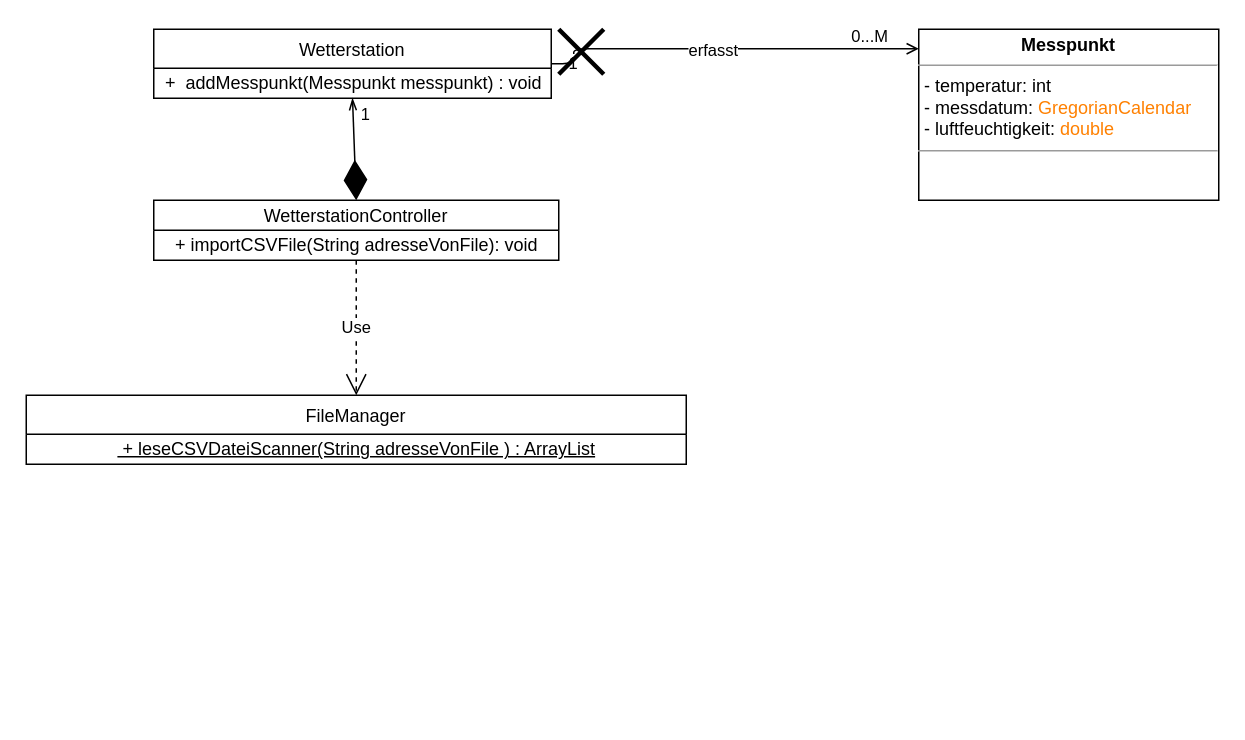
The draw.io diagram drawio/meteoNow_1-2-1.drawio in Jan-Eckerlein/meteo-now, before the edit. Source tidied: cells renumbered, new cells numbered last; positions are measured from the earlier drawing's top-left corner, leaving out a move shared by most shapes. Both pictures are drawn from the tidied source at 150%, with x=0, y=0 at pixel (26, 28).
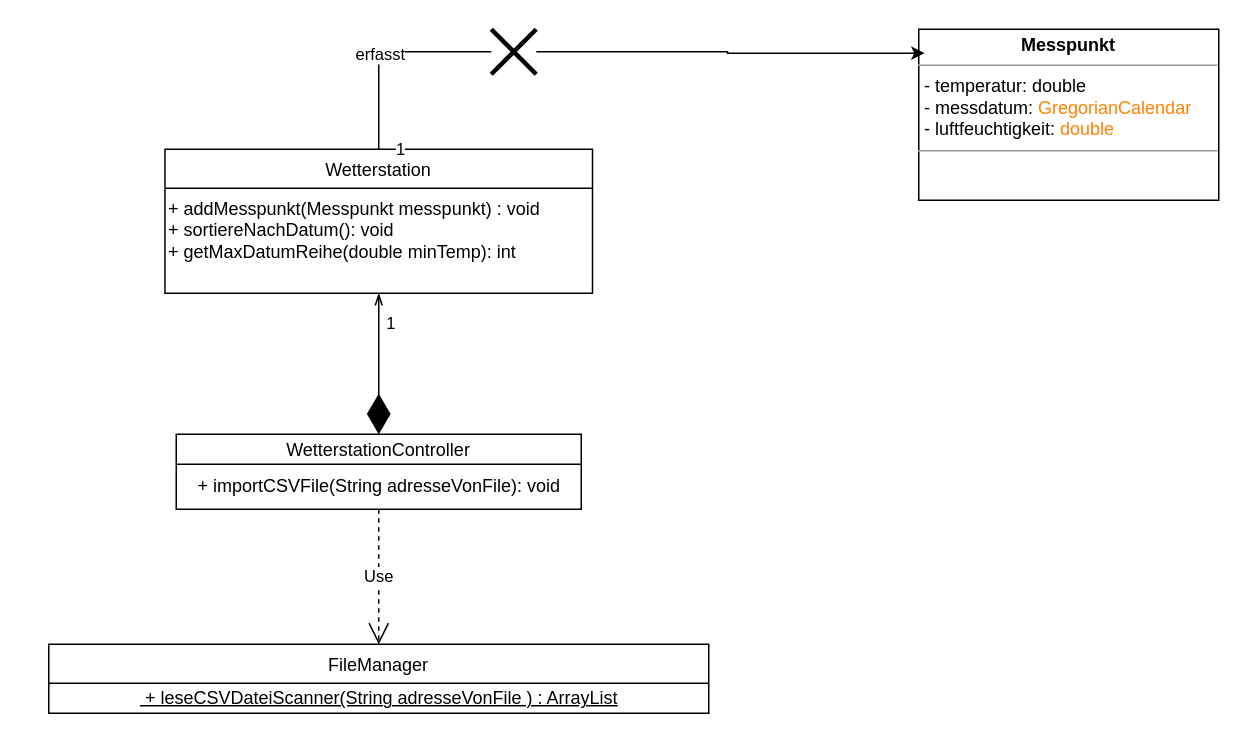
The same page after the edit.

Change to the diagram source:
```diff
@@
     <mxCell id="2" value="Wetterstation" style="swimlane;fontStyle=0;horizontal=1;startSize=26;fillColor=none;" parent="1" vertex="1">
-      <mxGeometry x="85" width="265" height="46" as="geometry" />
+      <mxGeometry x="92.5" y="80" width="285" height="96" as="geometry" />
     </mxCell>
-    <mxCell id="3" value="+&amp;nbsp;&amp;nbsp;addMesspunkt(Messpunkt messpunkt) : void" style="text;html=1;align=center;verticalAlign=middle;strokeColor=none;fillColor=none;" parent="2" vertex="1">
-      <mxGeometry y="26" width="265" height="20" as="geometry" />
+    <mxCell id="3" value="&lt;div style=&quot;--original-color: rgb(0, 0, 0); --original-background-color: rgba(0, 0, 0, 0);&quot; align=&quot;left&quot;&gt;+ addMesspunkt(Messpunkt messpunkt) : void&lt;div style=&quot;--original-color: rgb(0, 0, 0); --original-background-color: rgba(0, 0, 0, 0);&quot;&gt;+ sortiereNachDatum(): void&lt;/div&gt;+ getMaxDatumReihe(double minTemp): int&lt;/div&gt;&lt;div style=&quot;--original-color: rgb(0, 0, 0); --original-background-color: rgba(0, 0, 0, 0);&quot; align=&quot;left&quot;&gt;&lt;br style=&quot;--original-color: rgb(0, 0, 0); --original-background-color: rgba(0, 0, 0, 0);&quot;&gt;&lt;/div&gt;" style="text;html=1;align=left;verticalAlign=middle;strokeColor=none;fillColor=none;" parent="2" vertex="1">
+      <mxGeometry y="26" width="285" height="70" as="geometry" />
     </mxCell>
-    <mxCell id="4" style="endArrow=open;html=1;edgeStyle=orthogonalEdgeStyle;exitX=1;exitY=0.5;exitDx=0;exitDy=0;entryX=0;entryY=0.5;entryDx=0;entryDy=0;endFill=0;" parent="1" edge="1" source="2">
-      <mxGeometry relative="1" as="geometry">
-        <mxPoint x="595" y="13" as="targetPoint" />
-        <Array as="points">
-          <mxPoint x="365" y="23" />
-          <mxPoint x="365" y="13" />
-        </Array>
-      </mxGeometry>
-    </mxCell>
-    <mxCell id="5" value="1" style="edgeLabel;html=1;align=left;verticalAlign=bottom;" parent="4" vertex="1">
-      <mxGeometry x="-1" relative="1" as="geometry">
-        <mxPoint x="10" y="8" as="offset" />
-      </mxGeometry>
-    </mxCell>
-    <mxCell id="6" value="0...M" style="edgeLabel;html=1;align=right;verticalAlign=bottom;" parent="4" vertex="1">
-      <mxGeometry x="1" relative="1" as="geometry">
-        <mxPoint x="-20" as="offset" />
-      </mxGeometry>
-    </mxCell>
-    <mxCell id="7" value="erfasst" style="edgeLabel;html=1;align=center;verticalAlign=middle;" parent="4" vertex="1">
-      <mxGeometry x="-0.08" relative="1" as="geometry" />
-    </mxCell>
     <mxCell id="8" value="WetterstationController" style="swimlane;fontStyle=0;horizontal=1;startSize=20;fillColor=none;" parent="1" vertex="1">
-      <mxGeometry x="85" y="114" width="270" height="40" as="geometry" />
+      <mxGeometry x="100" y="270" width="270" height="50" as="geometry" />
     </mxCell>
-    <mxCell id="9" value="+&amp;nbsp;importCSVFile(String adresseVonFile): void" style="text;html=1;align=center;verticalAlign=middle;strokeColor=none;fillColor=none;" parent="8" vertex="1">
-      <mxGeometry y="20" width="270" height="20" as="geometry" />
+    <mxCell id="9" value="&lt;div style=&quot;--original-color: rgb(0, 0, 0); --original-background-color: rgba(0, 0, 0, 0);&quot;&gt;+&amp;nbsp;importCSVFile(String adresseVonFile): void&lt;/div&gt;" style="text;html=1;align=center;verticalAlign=middle;strokeColor=none;fillColor=none;" parent="8" vertex="1">
+      <mxGeometry y="20" width="270" height="30" as="geometry" />
     </mxCell>
     <mxCell id="10" value="FileManager" style="swimlane;fontStyle=0;horizontal=1;startSize=26;fillColor=none;" parent="1" vertex="1">
-      <mxGeometry y="244" width="440" height="46" as="geometry" />
+      <mxGeometry x="15" y="410" width="440" height="46" as="geometry" />
     </mxCell>
@@
+    <mxCell id="16" value="&lt;p style=&quot;margin: 0px ; margin-top: 4px ; text-align: center&quot;&gt;&lt;b&gt;Messpunkt&lt;/b&gt;&lt;/p&gt;&lt;hr size=&quot;1&quot;&gt;&lt;p style=&quot;margin: 0px ; margin-left: 4px&quot;&gt;- temperatur: double&lt;br&gt;- messdatum: &lt;font color=&quot;#ff8000&quot;&gt;GregorianCalendar&lt;/font&gt;&lt;/p&gt;&lt;p style=&quot;margin: 0px ; margin-left: 4px&quot;&gt;- luftfeuchtigkeit: &lt;font color=&quot;#ff8000&quot;&gt;double&lt;/font&gt;&lt;/p&gt;&lt;hr size=&quot;1&quot;&gt;&lt;p style=&quot;margin: 0px ; margin-left: 4px&quot;&gt;&lt;br&gt;&lt;/p&gt;" style="verticalAlign=top;align=left;overflow=fill;fontSize=12;fontFamily=Helvetica;html=1;" parent="1" vertex="1">
+      <mxGeometry x="595" width="200" height="114" as="geometry" />
+    </mxCell>
+    <mxCell id="17" style="edgeStyle=orthogonalEdgeStyle;rounded=0;jettySize=auto;html=1;entryX=0.02;entryY=0.14;entryDx=0;entryDy=0;entryPerimeter=0;" parent="1" edge="1" source="15" target="16">
+      <mxGeometry relative="1" as="geometry" />
+    </mxCell>
     <mxCell id="15" style="shape=umlDestroy;whiteSpace=wrap;html=1;strokeWidth=3;" parent="1" vertex="1">
-      <mxGeometry x="355" width="30" height="30" as="geometry" />
+      <mxGeometry x="310" width="30" height="30" as="geometry" />
     </mxCell>
-    <mxCell id="16" value="&lt;p style=&quot;margin: 0px ; margin-top: 4px ; text-align: center&quot;&gt;&lt;b&gt;Messpunkt&lt;/b&gt;&lt;/p&gt;&lt;hr size=&quot;1&quot;&gt;&lt;p style=&quot;margin: 0px ; margin-left: 4px&quot;&gt;- temperatur: int&lt;br&gt;- messdatum: &lt;font color=&quot;#ff8000&quot;&gt;GregorianCalendar&lt;/font&gt;&lt;/p&gt;&lt;p style=&quot;margin: 0px ; margin-left: 4px&quot;&gt;- luftfeuchtigkeit: &lt;font color=&quot;#ff8000&quot;&gt;double&lt;/font&gt;&lt;/p&gt;&lt;hr size=&quot;1&quot;&gt;&lt;p style=&quot;margin: 0px ; margin-left: 4px&quot;&gt;&lt;br&gt;&lt;/p&gt;" style="verticalAlign=top;align=left;overflow=fill;fontSize=12;fontFamily=Helvetica;html=1;" parent="1" vertex="1">
-      <mxGeometry x="595" width="200" height="114" as="geometry" />
-    </mxCell>
+    <mxCell id="18" style="endArrow=none;html=1;edgeStyle=orthogonalEdgeStyle;exitX=0.5;exitY=0;exitDx=0;exitDy=0;entryX=0;entryY=0.5;entryDx=0;entryDy=0;endFill=0;" parent="1" edge="1" source="2" target="15">
+      <mxGeometry relative="1" as="geometry" />
+    </mxCell>
+    <mxCell id="5" value="1" style="edgeLabel;html=1;align=left;verticalAlign=bottom;" parent="18" vertex="1">
+      <mxGeometry x="-1" relative="1" as="geometry">
+        <mxPoint x="10" y="8" as="offset" />
+      </mxGeometry>
+    </mxCell>
+    <mxCell id="7" value="erfasst" style="edgeLabel;html=1;align=center;verticalAlign=middle;" parent="18" vertex="1">
+      <mxGeometry x="-0.08" relative="1" as="geometry" />
+    </mxCell>
```
